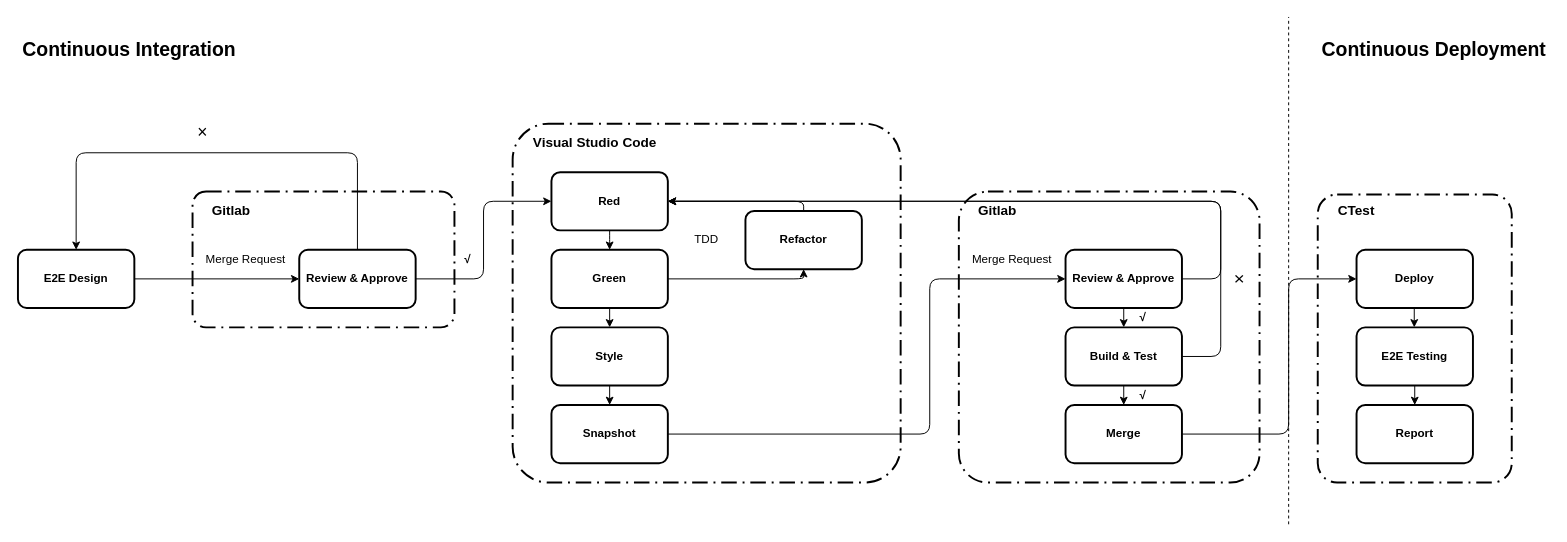
Before: 未命名绘图.drawio in JaneZhang2/halo, a draw.io diagram. Source tidied: cells renumbered, new cells numbered last; positions are measured from the earlier drawing's top-left corner, leaving out a move shared by most shapes. Both pictures are drawn from the tidied source at 97%, with x=0, y=0 at pixel (17, 16).
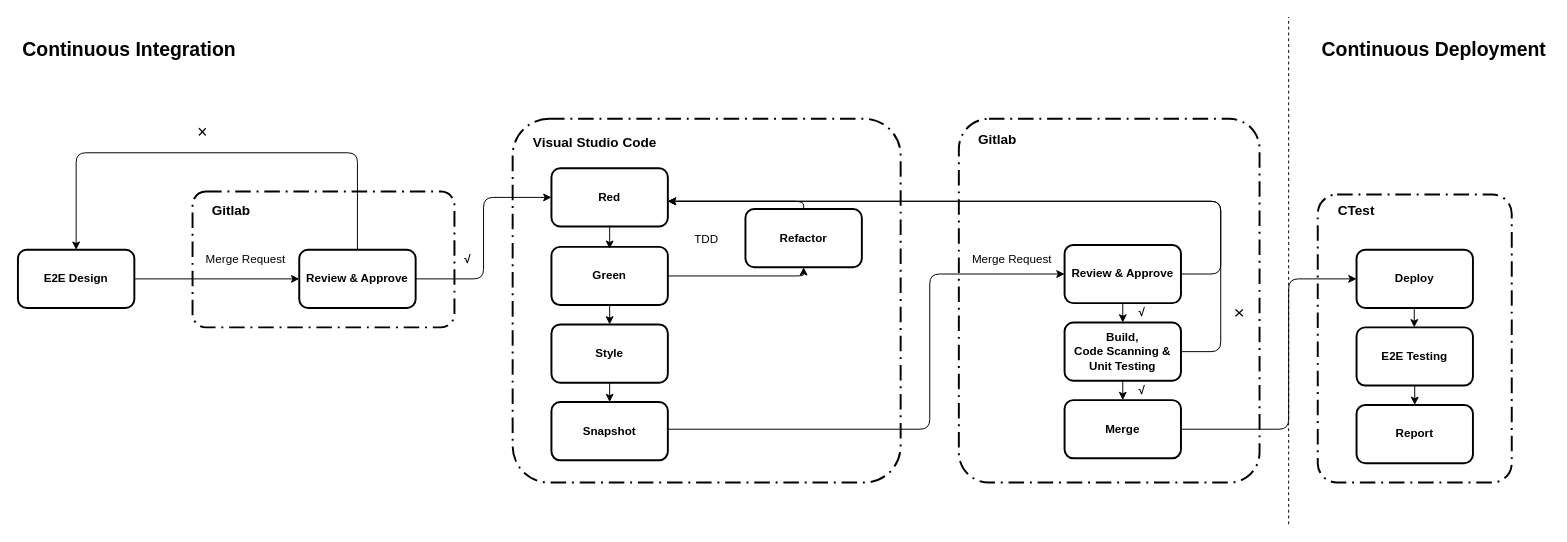
The same page after the edit.

Commit message (it also covers changes not shown here):
更新未命名绘图.drawio

Change to the diagram source:
```diff
@@
     <mxCell id="2" style="rounded=1;arcSize=10;dashed=1;strokeColor=#000000;fillColor=none;gradientColor=none;dashPattern=8 3 1 3;strokeWidth=2;sketch=0;" parent="1" vertex="1">
-      <mxGeometry x="510" y="110" width="400" height="370" as="geometry" />
+      <mxGeometry x="510" y="105" width="400" height="375" as="geometry" />
     </mxCell>
@@
     <mxCell id="5" style="rounded=1;arcSize=10;dashed=1;strokeColor=#000000;fillColor=none;gradientColor=none;dashPattern=8 3 1 3;strokeWidth=2;sketch=0;" parent="1" vertex="1">
-      <mxGeometry x="970" y="180" width="310" height="300" as="geometry" />
+      <mxGeometry x="970" y="105" width="310" height="375" as="geometry" />
     </mxCell>
@@
     <mxCell id="11" value="&lt;b&gt;Green&lt;/b&gt;" style="rounded=1;whiteSpace=wrap;html=1;sketch=0;strokeWidth=2;fillColor=none;" parent="1" vertex="1">
-      <mxGeometry x="550" y="240" width="120" height="60" as="geometry" />
+      <mxGeometry x="550" y="237" width="120" height="60" as="geometry" />
     </mxCell>
     <mxCell id="12" value="&lt;b&gt;Refactor&lt;/b&gt;" style="rounded=1;whiteSpace=wrap;html=1;sketch=0;strokeWidth=2;fillColor=none;" parent="1" vertex="1">
-      <mxGeometry x="750" y="200" width="120" height="60" as="geometry" />
+      <mxGeometry x="750" y="198" width="120" height="60" as="geometry" />
     </mxCell>
     <mxCell id="13" value="&lt;b&gt;Red&lt;/b&gt;" style="rounded=1;whiteSpace=wrap;html=1;sketch=0;strokeWidth=2;fillColor=none;" parent="1" vertex="1">
-      <mxGeometry x="550" y="160" width="120" height="60" as="geometry" />
+      <mxGeometry x="550" y="156" width="120" height="60" as="geometry" />
     </mxCell>
-    <mxCell id="14" style="edgeStyle=segmentEdgeStyle;endArrow=classic;html=1;entryX=1;entryY=0.5;entryDx=0;entryDy=0;exitX=0.5;exitY=0;exitDx=0;exitDy=0;" parent="1" edge="1" source="12" target="13">
-      <mxGeometry relative="1" as="geometry">
-        <Array as="points">
-          <mxPoint x="810" y="190" />
-        </Array>
-      </mxGeometry>
-    </mxCell>
     <mxCell id="15" style="edgeStyle=segmentEdgeStyle;endArrow=classic;html=1;" parent="1" edge="1">
       <mxGeometry relative="1" as="geometry">
-        <mxPoint x="610" y="220" as="sourcePoint" />
-        <mxPoint x="610" y="240" as="targetPoint" />
+        <mxPoint x="610" y="215" as="sourcePoint" />
+        <mxPoint x="610" y="239" as="targetPoint" />
         <Array as="points">
-          <mxPoint x="610" y="230" />
-          <mxPoint x="610" y="230" />
+          <mxPoint x="610" y="229" />
+          <mxPoint x="610" y="229" />
         </Array>
       </mxGeometry>
     </mxCell>
-    <mxCell id="16" value="&lt;b&gt;Build &amp;amp; Test&lt;/b&gt;" style="rounded=1;whiteSpace=wrap;html=1;sketch=0;strokeWidth=2;fillColor=none;" parent="1" vertex="1">
-      <mxGeometry x="1080" y="320" width="120" height="60" as="geometry" />
+    <mxCell id="16" value="&lt;b&gt;Build,&lt;br&gt;Code Scanning &amp;amp; Unit Testing&lt;br&gt;&lt;/b&gt;" style="rounded=1;whiteSpace=wrap;html=1;sketch=0;strokeWidth=2;fillColor=none;" parent="1" vertex="1">
+      <mxGeometry x="1079" y="315" width="120" height="60" as="geometry" />
     </mxCell>
@@
     <mxCell id="20" value="TDD" style="text;html=1;strokeColor=none;fillColor=none;align=center;verticalAlign=middle;whiteSpace=wrap;rounded=0;sketch=0;" parent="1" vertex="1">
-      <mxGeometry x="690" y="220" width="40" height="20" as="geometry" />
+      <mxGeometry x="690" y="219" width="40" height="20" as="geometry" />
     </mxCell>
     <mxCell id="21" value="&lt;b&gt;Review &amp;amp; Approve&lt;/b&gt;" style="rounded=1;whiteSpace=wrap;html=1;sketch=0;strokeWidth=2;fillColor=none;" parent="1" vertex="1">
-      <mxGeometry x="1080" y="240" width="120" height="60" as="geometry" />
+      <mxGeometry x="1079" y="235" width="120" height="60" as="geometry" />
     </mxCell>
     <mxCell id="22" value="&lt;b&gt;Merge&lt;/b&gt;" style="rounded=1;whiteSpace=wrap;html=1;sketch=0;strokeWidth=2;fillColor=none;" parent="1" vertex="1">
-      <mxGeometry x="1080" y="400" width="120" height="60" as="geometry" />
+      <mxGeometry x="1079" y="395" width="120" height="60" as="geometry" />
     </mxCell>
@@
     <mxCell id="26" value="&lt;font style=&quot;font-size: 18px&quot;&gt;×&lt;/font&gt;" style="text;html=1;align=center;verticalAlign=middle;rotation=90;" parent="1" vertex="1">
-      <mxGeometry x="1244" y="260" width="30" height="20" as="geometry" />
+      <mxGeometry x="1244" y="295" width="30" height="20" as="geometry" />
     </mxCell>
     <mxCell id="27" value="&lt;b&gt;&lt;font style=&quot;font-size: 14px&quot;&gt;Gitlab&lt;/font&gt;&lt;/b&gt;" style="text;html=1;strokeColor=none;fillColor=none;align=center;verticalAlign=middle;whiteSpace=wrap;rounded=0;sketch=0;" parent="1" vertex="1">
-      <mxGeometry x="990" y="190" width="40" height="20" as="geometry" />
+      <mxGeometry x="990" y="116" width="40" height="20" as="geometry" />
     </mxCell>
@@
     <mxCell id="30" value="&lt;b&gt;&lt;font style=&quot;font-size: 12px&quot;&gt;√&lt;/font&gt;&lt;/b&gt;" style="text;html=1;strokeColor=none;fillColor=none;align=center;verticalAlign=middle;whiteSpace=wrap;rounded=0;sketch=0;" parent="1" vertex="1">
-      <mxGeometry x="1140" y="300" width="40" height="20" as="geometry" />
+      <mxGeometry x="1139" y="295" width="40" height="20" as="geometry" />
     </mxCell>
     <mxCell id="31" value="&lt;b&gt;&lt;font style=&quot;font-size: 12px&quot;&gt;√&lt;/font&gt;&lt;/b&gt;" style="text;html=1;strokeColor=none;fillColor=none;align=center;verticalAlign=middle;whiteSpace=wrap;rounded=0;sketch=0;" parent="1" vertex="1">
-      <mxGeometry x="1140" y="380" width="40" height="20" as="geometry" />
+      <mxGeometry x="1139" y="375" width="40" height="20" as="geometry" />
     </mxCell>
@@
     <mxCell id="39" value="&lt;b&gt;Style&lt;/b&gt;" style="rounded=1;whiteSpace=wrap;html=1;sketch=0;strokeWidth=2;fillColor=none;" parent="1" vertex="1">
-      <mxGeometry x="550" y="320" width="120" height="60" as="geometry" />
+      <mxGeometry x="550" y="317" width="120" height="60" as="geometry" />
     </mxCell>
     <mxCell id="40" value="&lt;b&gt;Snapshot&lt;/b&gt;" style="rounded=1;whiteSpace=wrap;html=1;sketch=0;strokeWidth=2;fillColor=none;" parent="1" vertex="1">
-      <mxGeometry x="550" y="400" width="120" height="60" as="geometry" />
+      <mxGeometry x="550" y="397" width="120" height="60" as="geometry" />
     </mxCell>
     <mxCell id="41" style="edgeStyle=segmentEdgeStyle;endArrow=classic;html=1;" parent="1" edge="1">
       <mxGeometry relative="1" as="geometry">
-        <mxPoint x="610" y="300" as="sourcePoint" />
-        <mxPoint x="610" y="320" as="targetPoint" />
+        <mxPoint x="610" y="297" as="sourcePoint" />
+        <mxPoint x="610" y="317" as="targetPoint" />
         <Array as="points">
-          <mxPoint x="610" y="320" />
+          <mxPoint x="610" y="317" />
         </Array>
       </mxGeometry>
     </mxCell>
     <mxCell id="42" style="edgeStyle=segmentEdgeStyle;endArrow=classic;html=1;exitX=0.5;exitY=1;exitDx=0;exitDy=0;" parent="1" edge="1" source="39">
       <mxGeometry relative="1" as="geometry">
-        <mxPoint x="610" y="400" as="targetPoint" />
+        <mxPoint x="610" y="397" as="targetPoint" />
         <Array as="points">
-          <mxPoint x="610" y="400" />
+          <mxPoint x="610" y="397" />
         </Array>
       </mxGeometry>
     </mxCell>
-    <mxCell id="43" style="edgeStyle=elbowEdgeStyle;elbow=horizontal;endArrow=classic;html=1;exitX=1;exitY=0.5;exitDx=0;exitDy=0;" parent="1" edge="1" source="40" target="21">
+    <mxCell id="43" style="edgeStyle=elbowEdgeStyle;elbow=horizontal;endArrow=classic;html=1;" parent="1" edge="1" target="21">
       <mxGeometry relative="1" as="geometry">
+        <mxPoint x="670" y="425" as="sourcePoint" />
         <Array as="points">
           <mxPoint x="940" y="350" />
         </Array>
       </mxGeometry>
     </mxCell>
@@
+    <mxCell id="50" style="edgeStyle=segmentEdgeStyle;endArrow=classic;html=1;entryX=1;entryY=0.5;entryDx=0;entryDy=0;exitX=0.5;exitY=0;exitDx=0;exitDy=0;" parent="1" edge="1" source="12">
+      <mxGeometry relative="1" as="geometry">
+        <mxPoint x="670" y="190" as="targetPoint" />
+        <Array as="points">
+          <mxPoint x="810" y="190" />
+        </Array>
+      </mxGeometry>
+    </mxCell>
```
